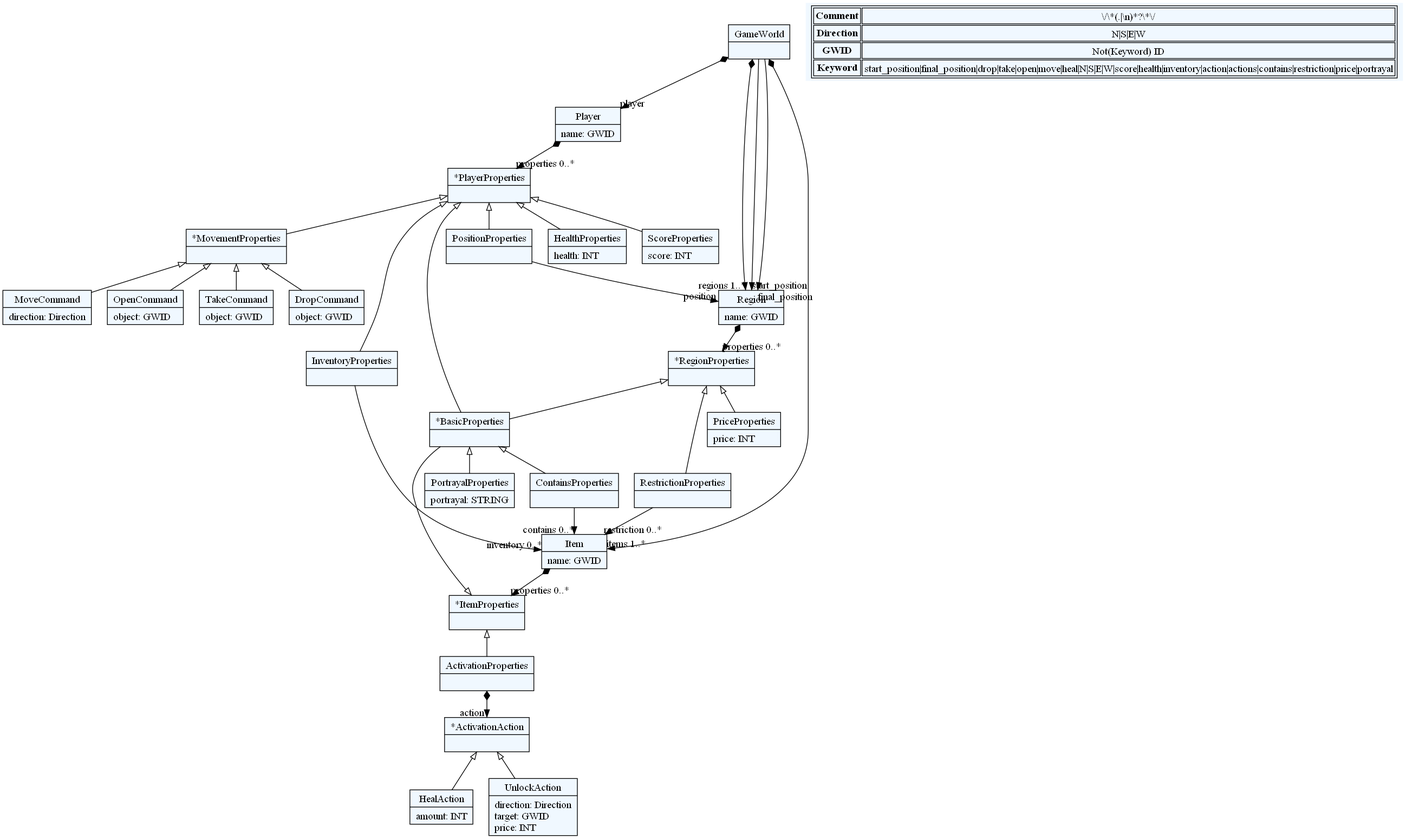
Earlier version of the Graphviz export textX_DSLs/gameWorldDSL.dot.png (SimicAleksa/pythonProject). Its source is kept beside it as textX_DSLs/gameWorldDSL.dot.
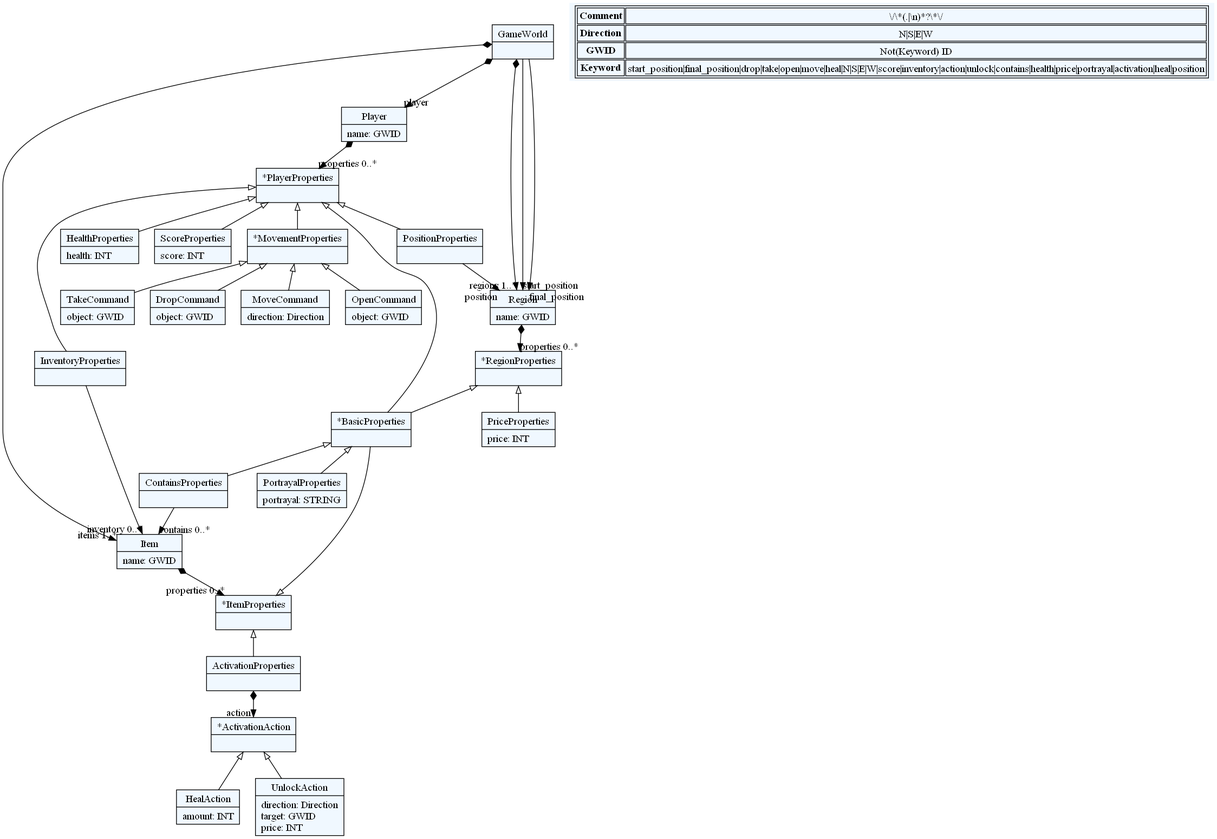
After the commit.

Diff of the diagram source:
```diff
@@ -10,90 +10,86 @@
     edge[dir=black,arrowtail=empty]
 
 
-2721224015856[ label="{GameWorld|}"]
+1938094162880[ label="{GameWorld|}"]
 
-2721224016816[ label="{Region|name: GWID\l}"]
+1938094164800[ label="{Region|name: GWID\l}"]
 
-2721223900656[ label="{Item|name: GWID\l}"]
+1938094053440[ label="{Item|name: GWID\l}"]
 
-2721223901616[ label="{Player|name: GWID\l}"]
+1938094051520[ label="{Player|name: GWID\l}"]
 
-2721223908336[ label="{*RegionProperties|}"]
+1938094065920[ label="{*RegionProperties|}"]
 
-2721223912176[ label="{*ItemProperties|}"]
+1938094059200[ label="{*ItemProperties|}"]
 
-2721223921776[ label="{*PlayerProperties|}"]
+1938094040960[ label="{*PlayerProperties|}"]
 
-2721223917936[ label="{*BasicProperties|}"]
+1938094054400[ label="{*BasicProperties|}"]
 
-2721223892976[ label="{PortrayalProperties|portrayal: STRING\l}"]
+1938094056320[ label="{PortrayalProperties|portrayal: STRING\l}"]
 
-2721223919856[ label="{ContainsProperties|}"]
+1938094069760[ label="{ContainsProperties|}"]
 
-2721223909296[ label="{RestrictionProperties|}"]
+1938094068800[ label="{PriceProperties|price: INT\l}"]
 
-2721223918896[ label="{PriceProperties|price: INT\l}"]
+1938094061120[ label="{InventoryProperties|}"]
 
-2721223896816[ label="{InventoryProperties|}"]
+1938094047680[ label="{HealthProperties|health: INT\l}"]
 
-2721223891056[ label="{HealthProperties|health: INT\l}"]
+1938094071680[ label="{ScoreProperties|score: INT\l}"]
 
-2721223898736[ label="{ScoreProperties|score: INT\l}"]
+1938094058240[ label="{*MovementProperties|}"]
 
-2721223915056[ label="{*MovementProperties|}"]
+1938094072640[ label="{MoveCommand|direction: Direction\l}"]
 
-2721223923696[ label="{MoveCommand|direction: Direction\l}"]
+1938094041920[ label="{OpenCommand|object: GWID\l}"]
 
-2721223904496[ label="{OpenCommand|object: GWID\l}"]
+1938094042880[ label="{TakeCommand|object: GWID\l}"]
 
-2721223924656[ label="{TakeCommand|object: GWID\l}"]
+1938094049600[ label="{DropCommand|object: GWID\l}"]
 
-2721223893936[ label="{DropCommand|object: GWID\l}"]
+1938094076480[ label="{ActivationProperties|}"]
 
-2721223894896[ label="{ActivationProperties|}"]
+1938094077440[ label="{*ActivationAction|}"]
 
-2721223895856[ label="{*ActivationAction|}"]
+1938094078400[ label="{HealAction|amount: INT\l}"]
 
-2721223929456[ label="{HealAction|amount: INT\l}"]
+1938094079360[ label="{UnlockAction|direction: Direction\ltarget: GWID\lprice: INT\l}"]
 
-2721223936176[ label="{UnlockAction|direction: Direction\ltarget: GWID\lprice: INT\l}"]
-
-2721223940976[ label="{PositionProperties|}"]
+1938094092800[ label="{PositionProperties|}"]
 
 
 
-2721224015856 -> 2721224016816[arrowtail=diamond, dir=both, headlabel="regions 1..*"]
-2721224015856 -> 2721223900656[arrowtail=diamond, dir=both, headlabel="items 1..*"]
-2721224015856 -> 2721223901616[arrowtail=diamond, dir=both, headlabel="player "]
-2721224015856 -> 2721224016816[headlabel="start_position "]
-2721224015856 -> 2721224016816[headlabel="final_position "]
-2721224016816 -> 2721223908336[arrowtail=diamond, dir=both, headlabel="properties 0..*"]
-2721223900656 -> 2721223912176[arrowtail=diamond, dir=both, headlabel="properties 0..*"]
-2721223901616 -> 2721223921776[arrowtail=diamond, dir=both, headlabel="properties 0..*"]
-2721223908336 -> 2721223917936 [dir=back]
-2721223908336 -> 2721223909296 [dir=back]
-2721223908336 -> 2721223918896 [dir=back]
-2721223912176 -> 2721223917936 [dir=back]
-2721223912176 -> 2721223894896 [dir=back]
-2721223921776 -> 2721223917936 [dir=back]
-2721223921776 -> 2721223896816 [dir=back]
-2721223921776 -> 2721223915056 [dir=back]
-2721223921776 -> 2721223891056 [dir=back]
-2721223921776 -> 2721223898736 [dir=back]
-2721223921776 -> 2721223940976 [dir=back]
-2721223917936 -> 2721223892976 [dir=back]
-2721223917936 -> 2721223919856 [dir=back]
-2721223919856 -> 2721223900656[headlabel="contains 0..*"]
-2721223909296 -> 2721223900656[headlabel="restriction 0..*"]
-2721223896816 -> 2721223900656[headlabel="inventory 0..*"]
-2721223915056 -> 2721223923696 [dir=back]
-2721223915056 -> 2721223904496 [dir=back]
-2721223915056 -> 2721223924656 [dir=back]
-2721223915056 -> 2721223893936 [dir=back]
-2721223894896 -> 2721223895856[arrowtail=diamond, dir=both, headlabel="action "]
-2721223895856 -> 2721223929456 [dir=back]
-2721223895856 -> 2721223936176 [dir=back]
-2721223940976 -> 2721224016816[headlabel="position "]
+1938094162880 -> 1938094164800[arrowtail=diamond, dir=both, headlabel="regions 1..*"]
+1938094162880 -> 1938094053440[arrowtail=diamond, dir=both, headlabel="items 1..*"]
+1938094162880 -> 1938094051520[arrowtail=diamond, dir=both, headlabel="player "]
+1938094162880 -> 1938094164800[headlabel="start_position "]
+1938094162880 -> 1938094164800[headlabel="final_position "]
+1938094164800 -> 1938094065920[arrowtail=diamond, dir=both, headlabel="properties 0..*"]
+1938094053440 -> 1938094059200[arrowtail=diamond, dir=both, headlabel="properties 0..*"]
+1938094051520 -> 1938094040960[arrowtail=diamond, dir=both, headlabel="properties 0..*"]
+1938094065920 -> 1938094054400 [dir=back]
+1938094065920 -> 1938094068800 [dir=back]
+1938094059200 -> 1938094054400 [dir=back]
+1938094059200 -> 1938094076480 [dir=back]
+1938094040960 -> 1938094054400 [dir=back]
+1938094040960 -> 1938094061120 [dir=back]
+1938094040960 -> 1938094058240 [dir=back]
+1938094040960 -> 1938094047680 [dir=back]
+1938094040960 -> 1938094071680 [dir=back]
+1938094040960 -> 1938094092800 [dir=back]
+1938094054400 -> 1938094056320 [dir=back]
+1938094054400 -> 1938094069760 [dir=back]
+1938094069760 -> 1938094053440[headlabel="contains 0..*"]
+1938094061120 -> 1938094053440[headlabel="inventory 0..*"]
+1938094058240 -> 1938094072640 [dir=back]
+1938094058240 -> 1938094041920 [dir=back]
+1938094058240 -> 1938094042880 [dir=back]
+1938094058240 -> 1938094049600 [dir=back]
+1938094076480 -> 1938094077440[arrowtail=diamond, dir=both, headlabel="action "]
+1938094077440 -> 1938094078400 [dir=back]
+1938094077440 -> 1938094079360 [dir=back]
+1938094092800 -> 1938094164800[headlabel="position "]
 match_rules [ shape=plaintext, label=< <table>
 	<tr>
 		<td><b>Comment</b></td><td>\/\*(.|\n)*?\*\/</td>
@@ -105,7 +101,7 @@
 		<td><b>GWID</b></td><td>Not(Keyword) ID</td>
 	</tr>
 	<tr>
-		<td><b>Keyword</b></td><td>start_position|final_position|drop|take|open|move|heal|N|S|E|W|score|health|inventory|action|actions|contains|restriction|price|portrayal</td>
+		<td><b>Keyword</b></td><td>start_position|final_position|drop|take|open|move|heal|N|S|E|W|score|inventory|action|unlock|contains|health|price|portrayal|activation|heal|position</td>
 	</tr>
 </table> >]
 
```
